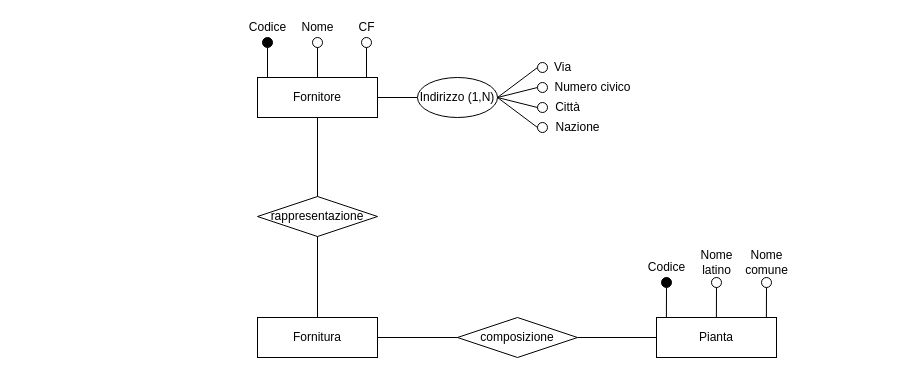
Above: ER-diagrams/ER-Fornitore.drawio in nic-agos/Verde-S.R.L (draw.io), before the change. Source tidied: cells renumbered, new cells numbered last; positions are measured from the earlier drawing's top-left corner, leaving out a move shared by most shapes. Both pictures are drawn from the tidied source at 100%, with x=0, y=0 at pixel (242, 17).
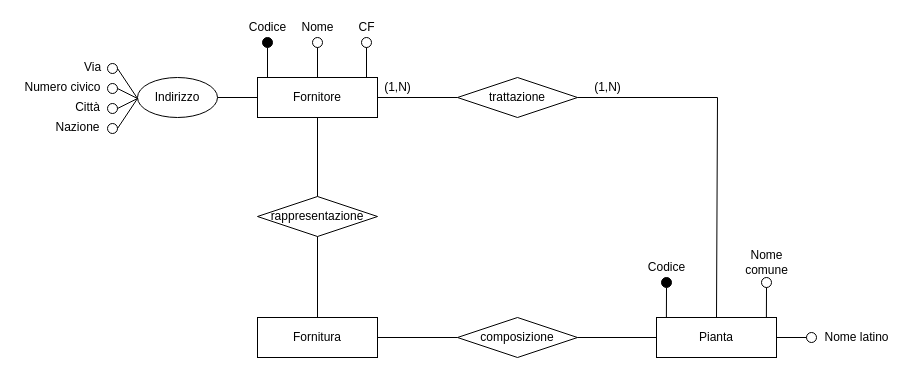
The same page after the edit.

The change refers to these unchanged cells:
```xml
<mxCell id="2" value="Fornitore" style="rounded=0;whiteSpace=wrap;html=1;strokeWidth=1;perimeterSpacing=0;" parent="1" vertex="1">
  <mxGeometry x="15" y="60" width="120" height="40" as="geometry" />
</mxCell>
<mxCell id="31" value="Pianta" style="rounded=0;whiteSpace=wrap;html=1;strokeWidth=1;perimeterSpacing=0;" parent="1" vertex="1">
  <mxGeometry x="414" y="300" width="120" height="40" as="geometry" />
</mxCell>
```

The edit, as a diff of the source:
```diff
@@
-    <mxCell id="12" style="ellipse;whiteSpace=wrap;html=1;strokeWidth=1;fillColor=none;" parent="1" vertex="1">
-      <mxGeometry x="295" y="45" width="10" height="10" as="geometry" />
-    </mxCell>
-    <mxCell id="13" value="Indirizzo (1,N)" style="ellipse;whiteSpace=wrap;html=1;" parent="1" vertex="1">
-      <mxGeometry x="175" y="60" width="80" height="40" as="geometry" />
-    </mxCell>
-    <mxCell id="14" style="ellipse;whiteSpace=wrap;html=1;strokeWidth=1;fillColor=none;" parent="1" vertex="1">
-      <mxGeometry x="295" y="65" width="10" height="10" as="geometry" />
-    </mxCell>
-    <mxCell id="15" style="ellipse;whiteSpace=wrap;html=1;strokeWidth=1;fillColor=none;" parent="1" vertex="1">
-      <mxGeometry x="295" y="105" width="10" height="10" as="geometry" />
-    </mxCell>
-    <mxCell id="16" style="endArrow=none;html=1;rounded=0;exitX=1;exitY=0.5;exitDx=0;exitDy=0;entryX=0;entryY=0.5;entryDx=0;entryDy=0;" parent="1" edge="1" source="13" target="12">
-      <mxGeometry relative="1" as="geometry" />
-    </mxCell>
-    <mxCell id="17" style="endArrow=none;html=1;rounded=0;entryX=0;entryY=0.5;entryDx=0;entryDy=0;" parent="1" edge="1" target="14">
-      <mxGeometry relative="1" as="geometry">
-        <mxPoint x="255" y="80" as="sourcePoint" />
-      </mxGeometry>
-    </mxCell>
-    <mxCell id="18" style="endArrow=none;html=1;rounded=0;exitX=1;exitY=0.5;exitDx=0;exitDy=0;entryX=0;entryY=0.5;entryDx=0;entryDy=0;" parent="1" edge="1" source="13" target="15">
-      <mxGeometry relative="1" as="geometry" />
-    </mxCell>
-    <mxCell id="19" value="Via" style="text;html=1;align=center;verticalAlign=middle;strokeColor=none;fillColor=none;" parent="1" vertex="1">
-      <mxGeometry x="305" y="40" width="30" height="20" as="geometry" />
-    </mxCell>
-    <mxCell id="20" value="Numero civico" style="text;html=1;align=center;verticalAlign=middle;strokeColor=none;fillColor=none;" parent="1" vertex="1">
-      <mxGeometry x="305" y="60" width="90" height="20" as="geometry" />
-    </mxCell>
-    <mxCell id="21" value="Città" style="text;html=1;align=center;verticalAlign=middle;strokeColor=none;fillColor=none;" parent="1" vertex="1">
-      <mxGeometry x="305" y="80" width="40" height="20" as="geometry" />
-    </mxCell>
-    <mxCell id="22" style="ellipse;whiteSpace=wrap;html=1;strokeWidth=1;fillColor=none;" parent="1" vertex="1">
-      <mxGeometry x="295" y="85" width="10" height="10" as="geometry" />
-    </mxCell>
-    <mxCell id="23" style="endArrow=none;html=1;rounded=0;exitX=1;exitY=0.5;exitDx=0;exitDy=0;entryX=0;entryY=0.5;entryDx=0;entryDy=0;" parent="1" edge="1" source="13" target="22">
-      <mxGeometry relative="1" as="geometry" />
-    </mxCell>
-    <mxCell id="24" value="Nazione" style="text;html=1;align=center;verticalAlign=middle;strokeColor=none;fillColor=none;" parent="1" vertex="1">
-      <mxGeometry x="305" y="100" width="60" height="20" as="geometry" />
-    </mxCell>
-    <mxCell id="25" style="endArrow=none;html=1;rounded=0;exitX=1;exitY=0.5;exitDx=0;exitDy=0;entryX=0;entryY=0.5;entryDx=0;entryDy=0;" parent="1" edge="1" source="2" target="13">
-      <mxGeometry relative="1" as="geometry" />
-    </mxCell>
@@
-    <mxCell id="35" style="endArrow=none;html=1;rounded=0;fillColor=#000000;entryX=0.166;entryY=0;entryDx=0;entryDy=0;entryPerimeter=0;exitX=0.5;exitY=1;exitDx=0;exitDy=0;" parent="1" edge="1" source="36">
+    <mxCell id="35" style="endArrow=none;html=1;rounded=0;fillColor=#000000;exitX=0;exitY=0.5;exitDx=0;exitDy=0;" parent="1" edge="1" source="36">
       <mxGeometry relative="1" as="geometry">
-        <mxPoint x="473.9" y="300" as="targetPoint" />
+        <mxPoint x="534" y="320" as="targetPoint" />
+        <Array as="points">
+          <mxPoint x="534" y="320" />
+        </Array>
       </mxGeometry>
     </mxCell>
     <mxCell id="36" style="ellipse;whiteSpace=wrap;html=1;strokeWidth=1;fillColor=none;" parent="1" vertex="1">
-      <mxGeometry x="469" y="260" width="10" height="10" as="geometry" />
+      <mxGeometry x="564" y="315" width="10" height="10" as="geometry" />
     </mxCell>
-    <mxCell id="37" value="Nome &lt;br&gt;latino" style="text;html=1;align=center;verticalAlign=middle;strokeColor=none;fillColor=none;" parent="1" vertex="1">
-      <mxGeometry x="449" y="230" width="50" height="30" as="geometry" />
+    <mxCell id="37" value="Nome latino" style="text;html=1;align=center;verticalAlign=middle;strokeColor=none;fillColor=none;" parent="1" vertex="1">
+      <mxGeometry x="574" y="310" width="80" height="20" as="geometry" />
     </mxCell>
@@
+    <mxCell id="43" value="Indirizzo" style="ellipse;whiteSpace=wrap;html=1;" parent="1" vertex="1">
+      <mxGeometry x="-105" y="60" width="80" height="40" as="geometry" />
+    </mxCell>
+    <mxCell id="44" style="ellipse;whiteSpace=wrap;html=1;strokeWidth=1;fillColor=none;" parent="1" vertex="1">
+      <mxGeometry x="-135" y="46" width="10" height="10" as="geometry" />
+    </mxCell>
+    <mxCell id="45" style="ellipse;whiteSpace=wrap;html=1;strokeWidth=1;fillColor=none;" parent="1" vertex="1">
+      <mxGeometry x="-135" y="66" width="10" height="10" as="geometry" />
+    </mxCell>
+    <mxCell id="46" style="ellipse;whiteSpace=wrap;html=1;strokeWidth=1;fillColor=none;" parent="1" vertex="1">
+      <mxGeometry x="-135" y="106" width="10" height="10" as="geometry" />
+    </mxCell>
+    <mxCell id="47" style="endArrow=none;html=1;rounded=0;entryX=1;entryY=0.5;entryDx=0;entryDy=0;" parent="1" edge="1" target="44">
+      <mxGeometry relative="1" as="geometry">
+        <mxPoint x="-105" y="81" as="sourcePoint" />
+      </mxGeometry>
+    </mxCell>
+    <mxCell id="48" style="endArrow=none;html=1;rounded=0;entryX=1;entryY=0.5;entryDx=0;entryDy=0;" parent="1" edge="1" target="45">
+      <mxGeometry relative="1" as="geometry">
+        <mxPoint x="-105" y="81" as="sourcePoint" />
+      </mxGeometry>
+    </mxCell>
+    <mxCell id="49" style="endArrow=none;html=1;rounded=0;entryX=1;entryY=0.5;entryDx=0;entryDy=0;" parent="1" edge="1" target="46">
+      <mxGeometry relative="1" as="geometry">
+        <mxPoint x="-105" y="81" as="sourcePoint" />
+      </mxGeometry>
+    </mxCell>
+    <mxCell id="19" value="Via" style="text;html=1;align=center;verticalAlign=middle;strokeColor=none;fillColor=none;" parent="1" vertex="1">
+      <mxGeometry x="-165" y="40" width="30" height="20" as="geometry" />
+    </mxCell>
+    <mxCell id="20" value="Numero civico" style="text;html=1;align=center;verticalAlign=middle;strokeColor=none;fillColor=none;" parent="1" vertex="1">
+      <mxGeometry x="-225" y="60" width="90" height="20" as="geometry" />
+    </mxCell>
+    <mxCell id="21" value="Città" style="text;html=1;align=center;verticalAlign=middle;strokeColor=none;fillColor=none;" parent="1" vertex="1">
+      <mxGeometry x="-175" y="80" width="40" height="20" as="geometry" />
+    </mxCell>
+    <mxCell id="50" style="ellipse;whiteSpace=wrap;html=1;strokeWidth=1;fillColor=none;" parent="1" vertex="1">
+      <mxGeometry x="-135" y="86" width="10" height="10" as="geometry" />
+    </mxCell>
+    <mxCell id="51" style="endArrow=none;html=1;rounded=0;entryX=1;entryY=0.5;entryDx=0;entryDy=0;" parent="1" edge="1" target="50">
+      <mxGeometry relative="1" as="geometry">
+        <mxPoint x="-105" y="81" as="sourcePoint" />
+      </mxGeometry>
+    </mxCell>
+    <mxCell id="24" value="Nazione" style="text;html=1;align=center;verticalAlign=middle;strokeColor=none;fillColor=none;" parent="1" vertex="1">
+      <mxGeometry x="-195" y="100" width="60" height="20" as="geometry" />
+    </mxCell>
+    <mxCell id="52" style="endArrow=none;html=1;rounded=0;entryX=0;entryY=0.5;entryDx=0;entryDy=0;exitX=1;exitY=0.5;exitDx=0;exitDy=0;" parent="1" edge="1" source="43" target="2">
+      <mxGeometry relative="1" as="geometry" />
+    </mxCell>
+    <mxCell id="53" value="trattazione" style="rhombus;whiteSpace=wrap;html=1;" parent="1" vertex="1">
+      <mxGeometry x="215" y="60" width="120" height="40" as="geometry" />
+    </mxCell>
+    <mxCell id="54" style="endArrow=none;html=1;rounded=0;exitX=1;exitY=0.5;exitDx=0;exitDy=0;entryX=0.5;entryY=0;entryDx=0;entryDy=0;" parent="1" edge="1" source="53" target="31">
+      <mxGeometry relative="1" as="geometry">
+        <Array as="points">
+          <mxPoint x="475" y="80" />
+        </Array>
+      </mxGeometry>
+    </mxCell>
+    <mxCell id="55" style="endArrow=none;html=1;rounded=0;entryX=0;entryY=0.5;entryDx=0;entryDy=0;exitX=1;exitY=0.5;exitDx=0;exitDy=0;" parent="1" edge="1" source="2" target="53">
+      <mxGeometry relative="1" as="geometry" />
+    </mxCell>
+    <mxCell id="56" value="(1,N)" style="text;html=1;align=center;verticalAlign=middle;strokeColor=none;fillColor=none;" parent="1" vertex="1">
+      <mxGeometry x="135" y="60" width="40" height="20" as="geometry" />
+    </mxCell>
+    <mxCell id="57" value="(1,N)" style="text;html=1;align=center;verticalAlign=middle;strokeColor=none;fillColor=none;" parent="1" vertex="1">
+      <mxGeometry x="345" y="60" width="40" height="20" as="geometry" />
+    </mxCell>
```
